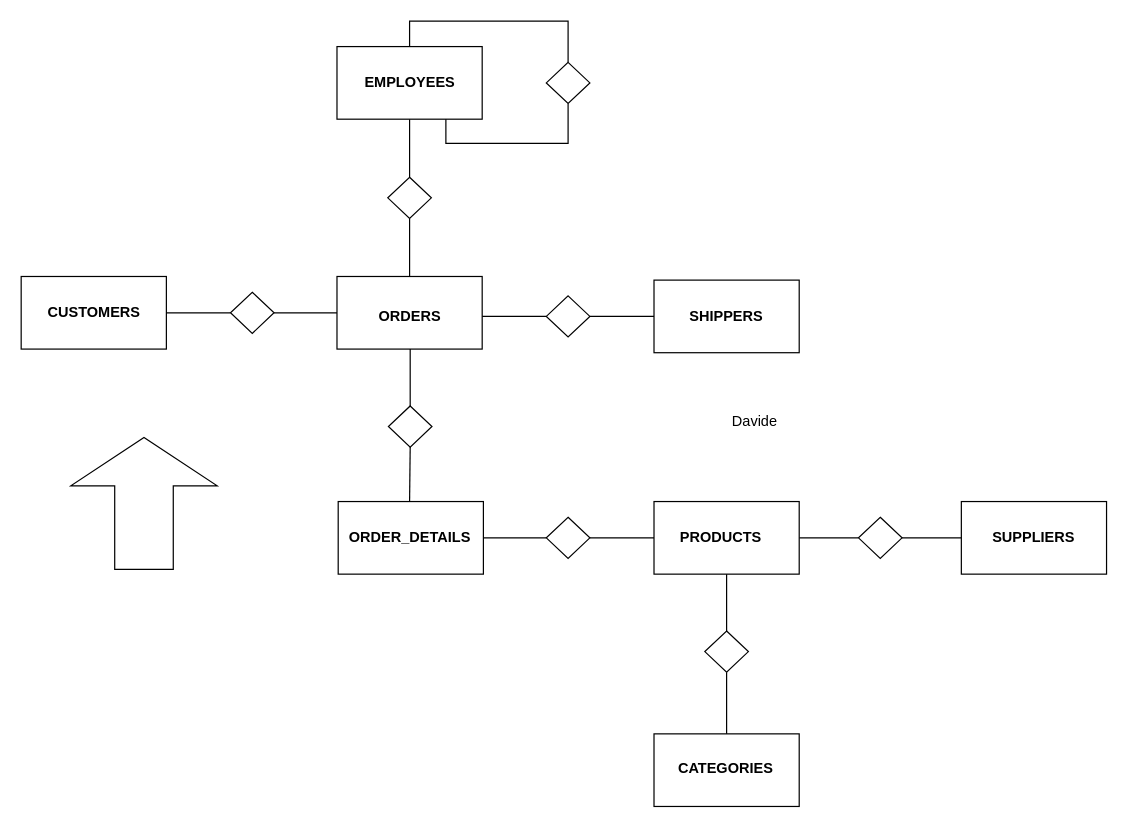
davideticchiarelli01/DWH-challenge keeps this draw.io diagram as er_scheme.drawio. Above is the earlier version. Source tidied: cells renumbered, new cells numbered last; positions are measured from the earlier drawing's top-left corner, leaving out a move shared by most shapes. Both pictures are drawn from the tidied source at 121%, with x=0, y=0 at pixel (21, 21).
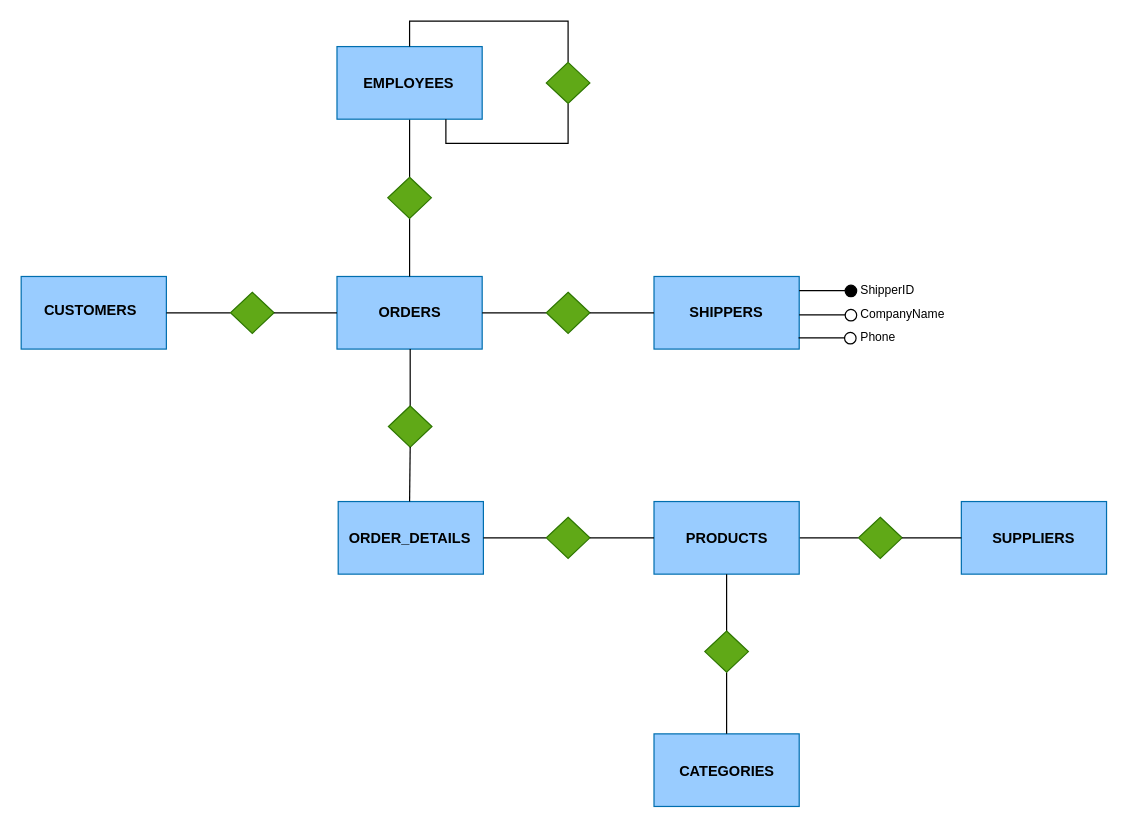
Above is the later version.

Commit message:
shippers attributes and changed colors

What changed in the source:
```diff
@@
-    <mxCell id="2" style="rounded=0;whiteSpace=wrap;html=1;" parent="1" vertex="1">
+    <mxCell id="2" style="rounded=0;whiteSpace=wrap;html=1;fillColor=#99CCFF;fontColor=#ffffff;strokeColor=#006EAF;" parent="1" vertex="1">
       <mxGeometry y="211" width="120" height="60" as="geometry" />
     </mxCell>
-    <mxCell id="3" style="edgeStyle=orthogonalEdgeStyle;rounded=0;jettySize=auto;html=1;exitX=1;exitY=0.5;exitDx=0;exitDy=0;entryX=0;entryY=0.5;entryDx=0;entryDy=0;endArrow=none;startFill=0;" parent="1" edge="1" source="4" target="5">
+    <mxCell id="3" style="edgeStyle=orthogonalEdgeStyle;rounded=0;jettySize=auto;html=1;exitX=1;exitY=0.5;exitDx=0;exitDy=0;entryX=0;entryY=0.5;entryDx=0;entryDy=0;endArrow=none;startFill=0;" parent="1" edge="1" source="2" target="5">
       <mxGeometry relative="1" as="geometry" />
     </mxCell>
     <mxCell id="4" value="&lt;b&gt;CUSTOMERS&lt;/b&gt;" style="text;html=1;align=center;verticalAlign=middle;whiteSpace=wrap;rounded=0;" parent="1" vertex="1">
-      <mxGeometry x="1" y="212" width="119" height="58" as="geometry" />
+      <mxGeometry x="1" y="212" width="113" height="53" as="geometry" />
     </mxCell>
-    <mxCell id="5" style="rhombus;whiteSpace=wrap;html=1;" parent="1" vertex="1">
+    <mxCell id="5" style="rhombus;whiteSpace=wrap;html=1;fillColor=#60a917;strokeColor=#2D7600;fontColor=#ffffff;" parent="1" vertex="1">
       <mxGeometry x="173" y="224" width="36" height="34" as="geometry" />
     </mxCell>
-    <mxCell id="6" style="rounded=0;whiteSpace=wrap;html=1;" parent="1" vertex="1">
+    <mxCell id="6" style="rounded=0;whiteSpace=wrap;html=1;fillColor=#99CCFF;fontColor=#ffffff;strokeColor=#006EAF;" parent="1" vertex="1">
       <mxGeometry x="261" y="211" width="120" height="60" as="geometry" />
     </mxCell>
-    <mxCell id="7" style="edgeStyle=orthogonalEdgeStyle;rounded=0;jettySize=auto;html=1;exitX=1;exitY=0.5;exitDx=0;exitDy=0;entryX=0;entryY=0.5;entryDx=0;entryDy=0;endArrow=none;startFill=0;" parent="1" edge="1" source="9" target="10">
+    <mxCell id="7" style="edgeStyle=orthogonalEdgeStyle;rounded=0;jettySize=auto;html=1;entryX=0;entryY=0.5;entryDx=0;entryDy=0;endArrow=none;startFill=0;exitX=1;exitY=0.5;exitDx=0;exitDy=0;" parent="1" edge="1" source="6" target="10">
       <mxGeometry relative="1" as="geometry" />
     </mxCell>
@@
     <mxCell id="9" value="&lt;b&gt;ORDERS&lt;/b&gt;" style="text;html=1;align=center;verticalAlign=middle;whiteSpace=wrap;rounded=0;" parent="1" vertex="1">
-      <mxGeometry x="262" y="215" width="119" height="58" as="geometry" />
+      <mxGeometry x="262" y="212" width="119" height="58" as="geometry" />
     </mxCell>
-    <mxCell id="10" style="rhombus;whiteSpace=wrap;html=1;" parent="1" vertex="1">
-      <mxGeometry x="434" y="227" width="36" height="34" as="geometry" />
+    <mxCell id="10" style="rhombus;whiteSpace=wrap;html=1;fillColor=#60a917;strokeColor=#2D7600;fontColor=#ffffff;" parent="1" vertex="1">
+      <mxGeometry x="434" y="224" width="36" height="34" as="geometry" />
     </mxCell>
@@
-    <mxCell id="12" style="rounded=0;whiteSpace=wrap;html=1;" parent="1" vertex="1">
-      <mxGeometry x="523" y="214" width="120" height="60" as="geometry" />
+    <mxCell id="12" style="rounded=0;whiteSpace=wrap;html=1;fillColor=#99CCFF;fontColor=#ffffff;strokeColor=#006EAF;" parent="1" vertex="1">
+      <mxGeometry x="523" y="211" width="120" height="60" as="geometry" />
     </mxCell>
@@
     <mxCell id="14" value="&lt;b&gt;SHIPPERS&lt;/b&gt;" style="text;html=1;align=center;verticalAlign=middle;whiteSpace=wrap;rounded=0;" parent="1" vertex="1">
-      <mxGeometry x="523" y="215" width="120" height="58" as="geometry" />
+      <mxGeometry x="522.5" y="212" width="120" height="58" as="geometry" />
     </mxCell>
@@
-    <mxCell id="17" style="rhombus;whiteSpace=wrap;html=1;" parent="1" vertex="1">
+    <mxCell id="17" style="rhombus;whiteSpace=wrap;html=1;fillColor=#60a917;strokeColor=#2D7600;fontColor=#ffffff;" parent="1" vertex="1">
       <mxGeometry x="303" y="129" width="36" height="34" as="geometry" />
     </mxCell>
-    <mxCell id="18" style="rounded=0;whiteSpace=wrap;html=1;" parent="1" vertex="1">
+    <mxCell id="18" style="rounded=0;whiteSpace=wrap;html=1;fillColor=#99CCFF;fontColor=#ffffff;strokeColor=#006EAF;" parent="1" vertex="1">
       <mxGeometry x="262" y="397" width="120" height="60" as="geometry" />
     </mxCell>
@@
     <mxCell id="20" value="&lt;b&gt;ORDER_DETAILS&lt;/b&gt;" style="text;html=1;align=center;verticalAlign=middle;whiteSpace=wrap;rounded=0;" parent="1" vertex="1">
-      <mxGeometry x="262" y="398" width="119" height="58" as="geometry" />
+      <mxGeometry x="262" y="399" width="119" height="58" as="geometry" />
     </mxCell>
-    <mxCell id="21" style="rhombus;whiteSpace=wrap;html=1;" parent="1" vertex="1">
+    <mxCell id="21" style="rhombus;whiteSpace=wrap;html=1;fillColor=#60a917;strokeColor=#2D7600;fontColor=#ffffff;" parent="1" vertex="1">
       <mxGeometry x="303.5" y="318" width="36" height="34" as="geometry" />
     </mxCell>
@@
-    <mxCell id="23" style="rounded=0;whiteSpace=wrap;html=1;" parent="1" vertex="1">
+    <mxCell id="23" style="rounded=0;whiteSpace=wrap;html=1;fillColor=#99CCFF;fontColor=#ffffff;strokeColor=#006EAF;" parent="1" vertex="1">
       <mxGeometry x="523" y="397" width="120" height="60" as="geometry" />
     </mxCell>
     <mxCell id="24" value="&lt;b&gt;PRODUCTS&lt;/b&gt;" style="text;html=1;align=center;verticalAlign=middle;whiteSpace=wrap;rounded=0;" parent="1" vertex="1">
-      <mxGeometry x="523" y="398" width="111" height="58" as="geometry" />
+      <mxGeometry x="527.5" y="399" width="111" height="58" as="geometry" />
     </mxCell>
-    <mxCell id="25" style="rhombus;whiteSpace=wrap;html=1;" parent="1" vertex="1">
+    <mxCell id="25" style="rhombus;whiteSpace=wrap;html=1;fillColor=#60a917;strokeColor=#2D7600;fontColor=#ffffff;" parent="1" vertex="1">
       <mxGeometry x="434" y="410" width="36" height="34" as="geometry" />
     </mxCell>
@@
-    <mxCell id="27" style="rounded=0;whiteSpace=wrap;html=1;" parent="1" vertex="1">
+    <mxCell id="27" style="rounded=0;whiteSpace=wrap;html=1;fillColor=#99CCFF;fontColor=#ffffff;strokeColor=#006EAF;" parent="1" vertex="1">
       <mxGeometry x="523" y="589" width="120" height="60" as="geometry" />
     </mxCell>
     <mxCell id="28" value="&lt;b&gt;CATEGORIES&lt;/b&gt;" style="text;html=1;align=center;verticalAlign=middle;whiteSpace=wrap;rounded=0;" parent="1" vertex="1">
-      <mxGeometry x="523" y="589" width="119" height="58" as="geometry" />
+      <mxGeometry x="523.5" y="591" width="119" height="58" as="geometry" />
     </mxCell>
@@
-    <mxCell id="31" style="rhombus;whiteSpace=wrap;html=1;" parent="1" vertex="1">
+    <mxCell id="31" style="rhombus;whiteSpace=wrap;html=1;fillColor=#60a917;strokeColor=#2D7600;fontColor=#ffffff;" parent="1" vertex="1">
       <mxGeometry x="565" y="504" width="36" height="34" as="geometry" />
     </mxCell>
-    <mxCell id="32" style="rhombus;whiteSpace=wrap;html=1;" parent="1" vertex="1">
+    <mxCell id="32" style="rhombus;whiteSpace=wrap;html=1;fillColor=#60a917;strokeColor=#2D7600;fontColor=#ffffff;" parent="1" vertex="1">
       <mxGeometry x="692" y="410" width="36" height="34" as="geometry" />
     </mxCell>
-    <mxCell id="33" style="rounded=0;whiteSpace=wrap;html=1;" parent="1" vertex="1">
+    <mxCell id="33" style="rounded=0;whiteSpace=wrap;html=1;fillColor=#99CCFF;fontColor=#ffffff;strokeColor=#006EAF;" parent="1" vertex="1">
       <mxGeometry x="777" y="397" width="120" height="60" as="geometry" />
     </mxCell>
     <mxCell id="34" value="&lt;b&gt;SUPPLIERS&lt;/b&gt;" style="text;html=1;align=center;verticalAlign=middle;whiteSpace=wrap;rounded=0;" parent="1" vertex="1">
-      <mxGeometry x="777" y="398" width="120" height="58" as="geometry" />
+      <mxGeometry x="777" y="399" width="120" height="58" as="geometry" />
     </mxCell>
@@
-    <mxCell id="36" style="rounded=0;whiteSpace=wrap;html=1;" parent="1" vertex="1">
+    <mxCell id="36" style="rounded=0;whiteSpace=wrap;html=1;fillColor=#99CCFF;fontColor=#ffffff;strokeColor=#006EAF;" parent="1" vertex="1">
       <mxGeometry x="261" y="21" width="120" height="60" as="geometry" />
     </mxCell>
     <mxCell id="37" value="&lt;b&gt;EMPLOYEES&lt;/b&gt;" style="text;html=1;align=center;verticalAlign=middle;whiteSpace=wrap;rounded=0;" parent="1" vertex="1">
-      <mxGeometry x="261.5" y="21" width="119" height="59" as="geometry" />
+      <mxGeometry x="261" y="22" width="119" height="59" as="geometry" />
     </mxCell>
@@
-    <mxCell id="40" style="edgeStyle=orthogonalEdgeStyle;rounded=0;jettySize=auto;html=1;exitX=0.5;exitY=0;exitDx=0;exitDy=0;entryX=0.5;entryY=0;entryDx=0;entryDy=0;endArrow=none;startFill=0;" parent="1" edge="1" target="37">
+    <mxCell id="40" style="edgeStyle=orthogonalEdgeStyle;rounded=0;jettySize=auto;html=1;exitX=0.5;exitY=0;exitDx=0;exitDy=0;entryX=0.5;entryY=0;entryDx=0;entryDy=0;endArrow=none;startFill=0;" parent="1" edge="1" target="36">
       <mxGeometry relative="1" as="geometry">
         <mxPoint x="452" y="34" as="sourcePoint" />
         <Array as="points">
           <mxPoint x="452" />
           <mxPoint x="321" />
         </Array>
       </mxGeometry>
     </mxCell>
-    <mxCell id="41" style="rhombus;whiteSpace=wrap;html=1;" parent="1" vertex="1">
+    <mxCell id="41" style="rhombus;whiteSpace=wrap;html=1;fillColor=#60a917;strokeColor=#2D7600;fontColor=#ffffff;" parent="1" vertex="1">
       <mxGeometry x="434" y="34" width="36" height="34" as="geometry" />
     </mxCell>
-    <mxCell id="42" style="html=1;shadow=0;dashed=0;align=center;verticalAlign=middle;shape=mxgraph.arrows2.arrow;dy=0.6;dx=40;direction=north;notch=0;" parent="1" vertex="1">
-      <mxGeometry x="41" y="344" width="121" height="109" as="geometry" />
-    </mxCell>
-    <mxCell id="43" value="Davide" style="text;html=1;align=center;verticalAlign=middle;whiteSpace=wrap;rounded=0;" parent="1" vertex="1">
-      <mxGeometry x="474" y="316" width="265" height="30" as="geometry" />
-    </mxCell>
+    <mxCell id="44" style="edgeStyle=orthogonalEdgeStyle;rounded=0;orthogonalLoop=1;jettySize=auto;html=1;exitX=1;exitY=0.5;exitDx=0;exitDy=0;endArrow=none;startFill=0;" parent="1" edge="1">
+      <mxGeometry relative="1" as="geometry">
+        <mxPoint x="643" y="222.7" as="sourcePoint" />
+        <mxPoint x="681" y="223" as="targetPoint" />
+      </mxGeometry>
+    </mxCell>
+    <mxCell id="45" style="ellipse;whiteSpace=wrap;html=1;fillStyle=auto;fillColor=#000000;" parent="1" vertex="1">
+      <mxGeometry x="681" y="218.2" width="9.5" height="9.5" as="geometry" />
+    </mxCell>
+    <mxCell id="46" value="&lt;font style=&quot;font-size: 10px;&quot;&gt;ShipperID&lt;/font&gt;" style="text;html=1;align=left;verticalAlign=middle;whiteSpace=wrap;rounded=0;" parent="1" vertex="1">
+      <mxGeometry x="692" y="212" width="55" height="20" as="geometry" />
+    </mxCell>
+    <mxCell id="47" style="edgeStyle=orthogonalEdgeStyle;rounded=0;orthogonalLoop=1;jettySize=auto;html=1;exitX=1;exitY=0.5;exitDx=0;exitDy=0;endArrow=none;startFill=0;" parent="1" edge="1">
+      <mxGeometry relative="1" as="geometry">
+        <mxPoint x="643" y="242.7" as="sourcePoint" />
+        <mxPoint x="681" y="243" as="targetPoint" />
+      </mxGeometry>
+    </mxCell>
+    <mxCell id="48" style="ellipse;whiteSpace=wrap;html=1;fillStyle=auto;fillColor=none;" parent="1" vertex="1">
+      <mxGeometry x="681" y="238.2" width="9.5" height="9.5" as="geometry" />
+    </mxCell>
+    <mxCell id="49" value="&lt;font style=&quot;font-size: 10px;&quot;&gt;CompanyName&lt;/font&gt;" style="text;html=1;align=left;verticalAlign=middle;whiteSpace=wrap;rounded=0;" parent="1" vertex="1">
+      <mxGeometry x="692" y="232" width="83" height="20" as="geometry" />
+    </mxCell>
+    <mxCell id="50" style="edgeStyle=orthogonalEdgeStyle;rounded=0;orthogonalLoop=1;jettySize=auto;html=1;exitX=1;exitY=0.5;exitDx=0;exitDy=0;endArrow=none;startFill=0;" parent="1" edge="1">
+      <mxGeometry relative="1" as="geometry">
+        <mxPoint x="642.5" y="261.7" as="sourcePoint" />
+        <mxPoint x="680.5" y="262" as="targetPoint" />
+      </mxGeometry>
+    </mxCell>
+    <mxCell id="51" style="ellipse;whiteSpace=wrap;html=1;fillStyle=auto;fillColor=none;" parent="1" vertex="1">
+      <mxGeometry x="680.5" y="257.2" width="9.5" height="9.5" as="geometry" />
+    </mxCell>
+    <mxCell id="52" value="&lt;font style=&quot;font-size: 10px;&quot;&gt;Phone&lt;/font&gt;" style="text;html=1;align=left;verticalAlign=middle;whiteSpace=wrap;rounded=0;" parent="1" vertex="1">
+      <mxGeometry x="691.5" y="251" width="83" height="20" as="geometry" />
+    </mxCell>
```
